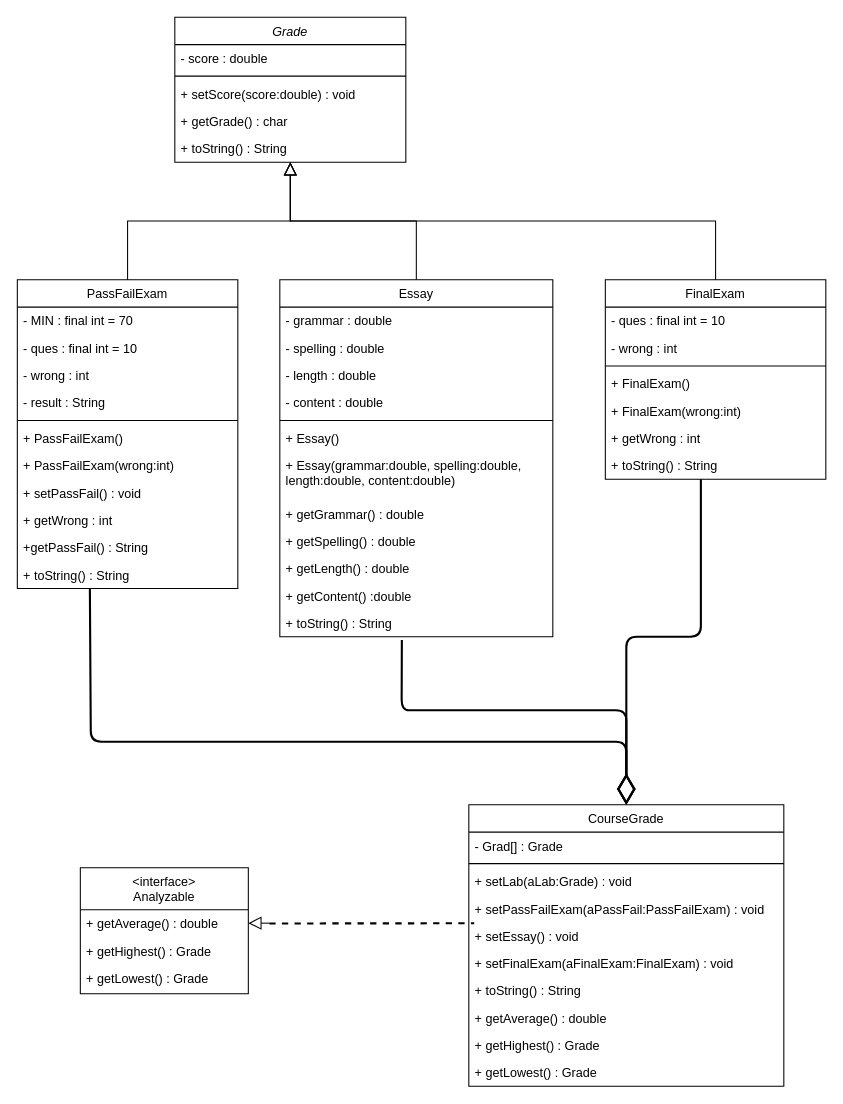
Above: asm Q2.drawio in yunee01/W7 (draw.io), before the change. Source tidied: cells renumbered, new cells numbered last; positions are measured from the earlier drawing's top-left corner, leaving out a move shared by most shapes. Both pictures are drawn from the tidied source at 105%, with x=0, y=0 at pixel (17, 17).
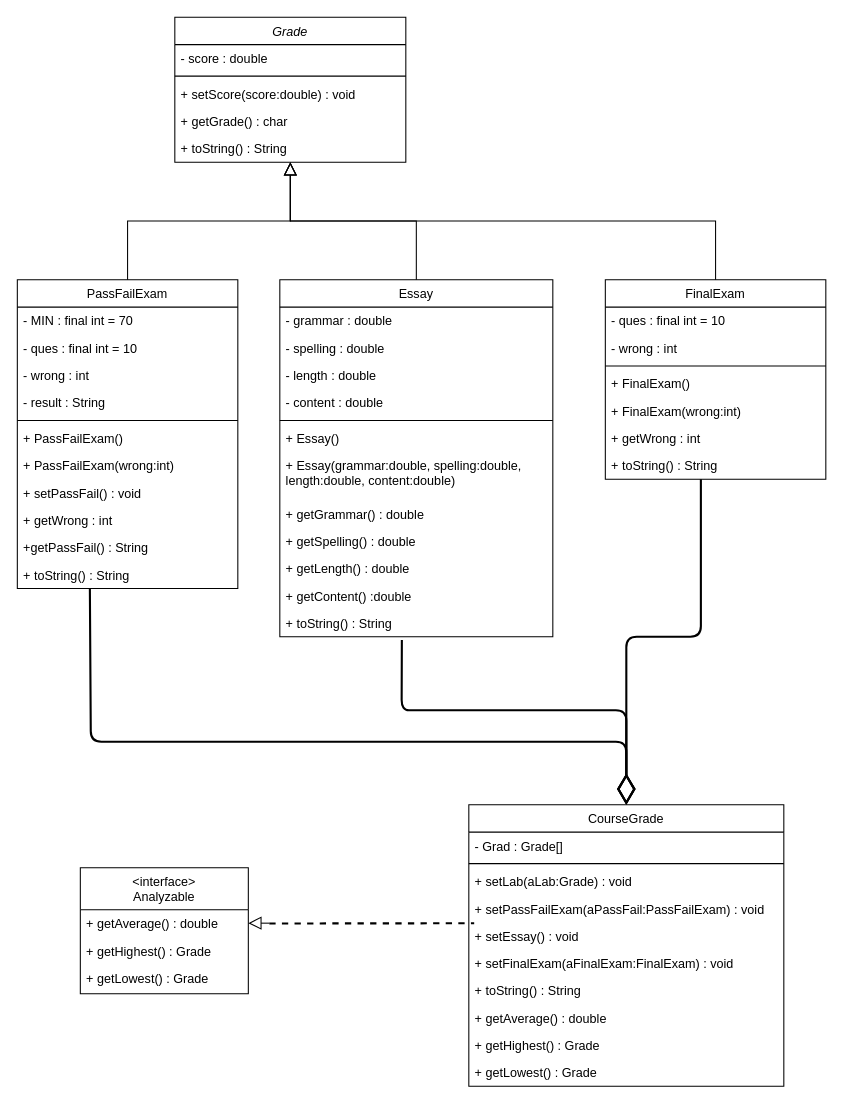
Above is the later version.

Unchanged cells that the change refers to:
```xml
<mxCell id="48" value="CourseGrade" style="swimlane;fontStyle=0;align=center;verticalAlign=top;horizontal=1;startSize=26;rounded=0;shadow=0;strokeWidth=1;" parent="1" vertex="1">
  <mxGeometry x="430" y="750" width="300" height="268" as="geometry" />
</mxCell>
```

Change to the diagram source:
```diff
@@
-    <mxCell id="49" value="- Grad[] : Grade" style="text;align=left;verticalAlign=top;spacingLeft=4;spacingRight=4;overflow=hidden;" parent="48" vertex="1">
+    <mxCell id="49" value="- Grad : Grade[]" style="text;align=left;verticalAlign=top;spacingLeft=4;spacingRight=4;overflow=hidden;" parent="48" vertex="1">
       <mxGeometry y="26" width="300" height="26" as="geometry" />
     </mxCell>
```
